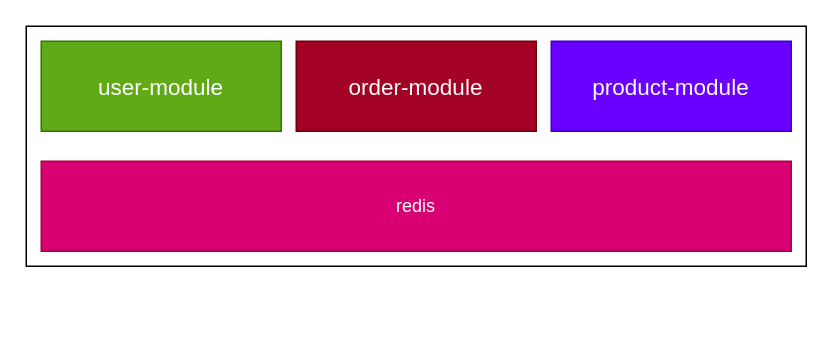
Earlier version of the draw.io diagram temp.drawio (ACE0220/drawio-diagrams). Source tidied: cells renumbered, new cells numbered last; positions are measured from the earlier drawing's top-left corner, leaving out a move shared by most shapes. Both pictures are drawn from the tidied source at 150%, with x=0, y=0 at pixel (26, 26).
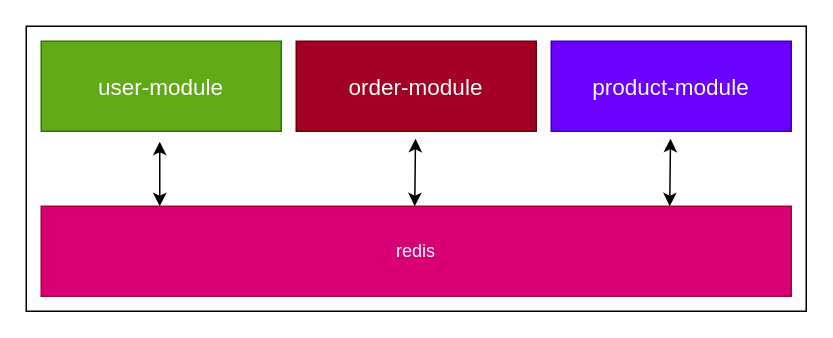
The same diagram, later.

The edit, as a diff of the source:
```diff
@@
 <mxGraphModel>
   <root>
     <mxCell id="0" />
     <mxCell id="1" parent="0" />
+    <mxCell id="6" style="rounded=0;whiteSpace=wrap;html=1;fillColor=none;" parent="1" vertex="1">
+      <mxGeometry width="520" height="190" as="geometry" />
+    </mxCell>
     <mxCell id="2" value="redis" style="rounded=0;whiteSpace=wrap;html=1;fillColor=#d80073;strokeColor=#A50040;fontColor=#ffffff;" parent="1" vertex="1">
-      <mxGeometry x="10" y="90" width="500" height="60" as="geometry" />
+      <mxGeometry x="10" y="120" width="500" height="60" as="geometry" />
     </mxCell>
     <mxCell id="3" value="&lt;font style=&quot;font-size: 15px;&quot;&gt;user-module&lt;/font&gt;" style="rounded=0;whiteSpace=wrap;html=1;fillColor=#60a917;strokeColor=#2D7600;fontColor=#ffffff;" parent="1" vertex="1">
       <mxGeometry x="10" y="10" width="160" height="60" as="geometry" />
     </mxCell>
     <mxCell id="4" value="&lt;font style=&quot;font-size: 15px;&quot;&gt;order-module&lt;/font&gt;" style="rounded=0;whiteSpace=wrap;html=1;fillColor=#a20025;strokeColor=#6F0000;fontColor=#ffffff;" parent="1" vertex="1">
       <mxGeometry x="180" y="10" width="160" height="60" as="geometry" />
     </mxCell>
     <mxCell id="5" value="&lt;font style=&quot;font-size: 15px;&quot;&gt;product-module&lt;/font&gt;" style="rounded=0;whiteSpace=wrap;html=1;fillColor=#6a00ff;strokeColor=#3700CC;fontColor=#ffffff;" parent="1" vertex="1">
       <mxGeometry x="350" y="10" width="160" height="60" as="geometry" />
     </mxCell>
-    <mxCell id="6" style="rounded=0;whiteSpace=wrap;html=1;fillColor=none;" parent="1" vertex="1">
-      <mxGeometry width="520" height="160" as="geometry" />
-    </mxCell>
+    <mxCell id="7" style="endArrow=classic;startArrow=classic;html=1;rounded=0;" parent="1" edge="1">
+      <mxGeometry relative="1" as="geometry">
+        <mxPoint x="89" y="120" as="sourcePoint" />
+        <mxPoint x="89" y="77" as="targetPoint" />
+      </mxGeometry>
+    </mxCell>
+    <mxCell id="8" style="endArrow=classic;startArrow=classic;html=1;rounded=0;" parent="1" edge="1">
+      <mxGeometry relative="1" as="geometry">
+        <mxPoint x="429" y="120" as="sourcePoint" />
+        <mxPoint x="429.5" y="75" as="targetPoint" />
+      </mxGeometry>
+    </mxCell>
+    <mxCell id="9" style="endArrow=classic;startArrow=classic;html=1;rounded=0;" parent="1" edge="1">
+      <mxGeometry relative="1" as="geometry">
+        <mxPoint x="259" y="120" as="sourcePoint" />
+        <mxPoint x="259.5" y="75" as="targetPoint" />
+      </mxGeometry>
+    </mxCell>
   </root>
 </mxGraphModel>
```
